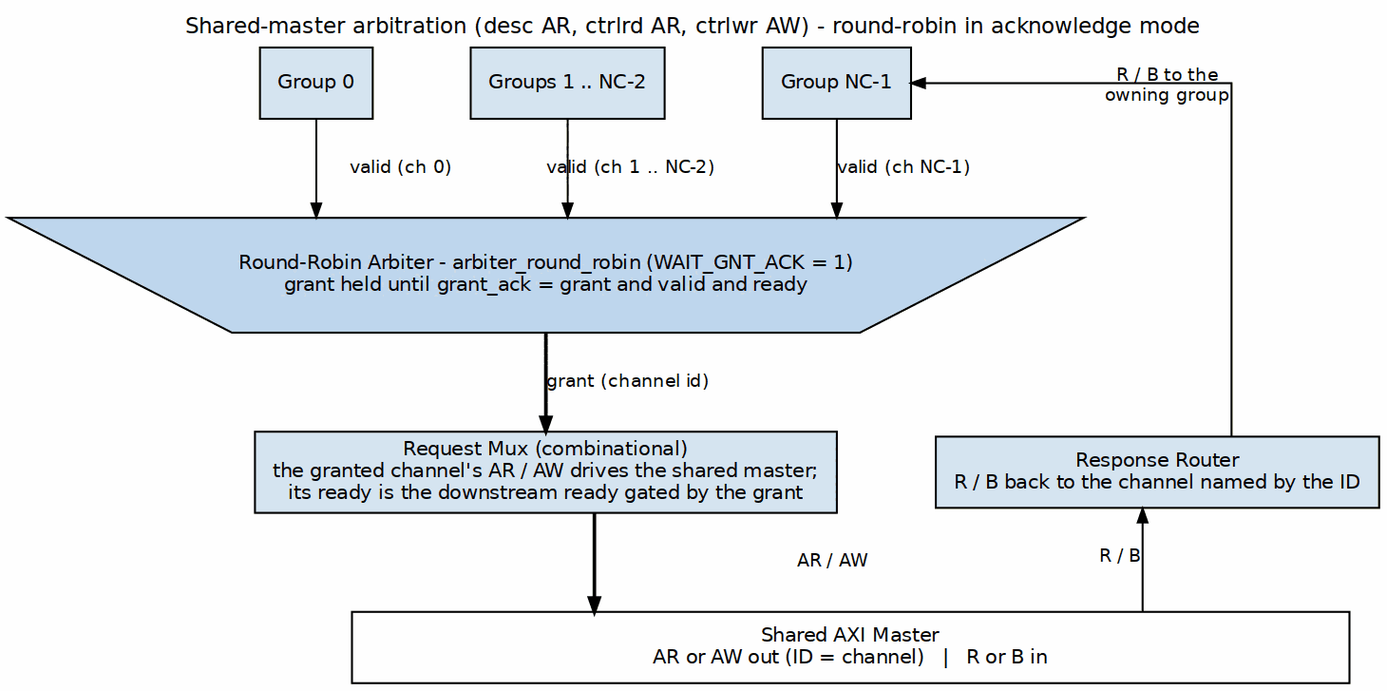
Earlier version of the Graphviz export projects/components/dma-ip/rapids/docs/rapids_mas/assets/graphviz/11_shared_master_arbitration.png (sean-galloway/RTLDesignSherpa). Its source is kept beside it as projects/components/dma-ip/rapids/docs/rapids_mas/assets/graphviz/11_shared_master_arbitration.dot.
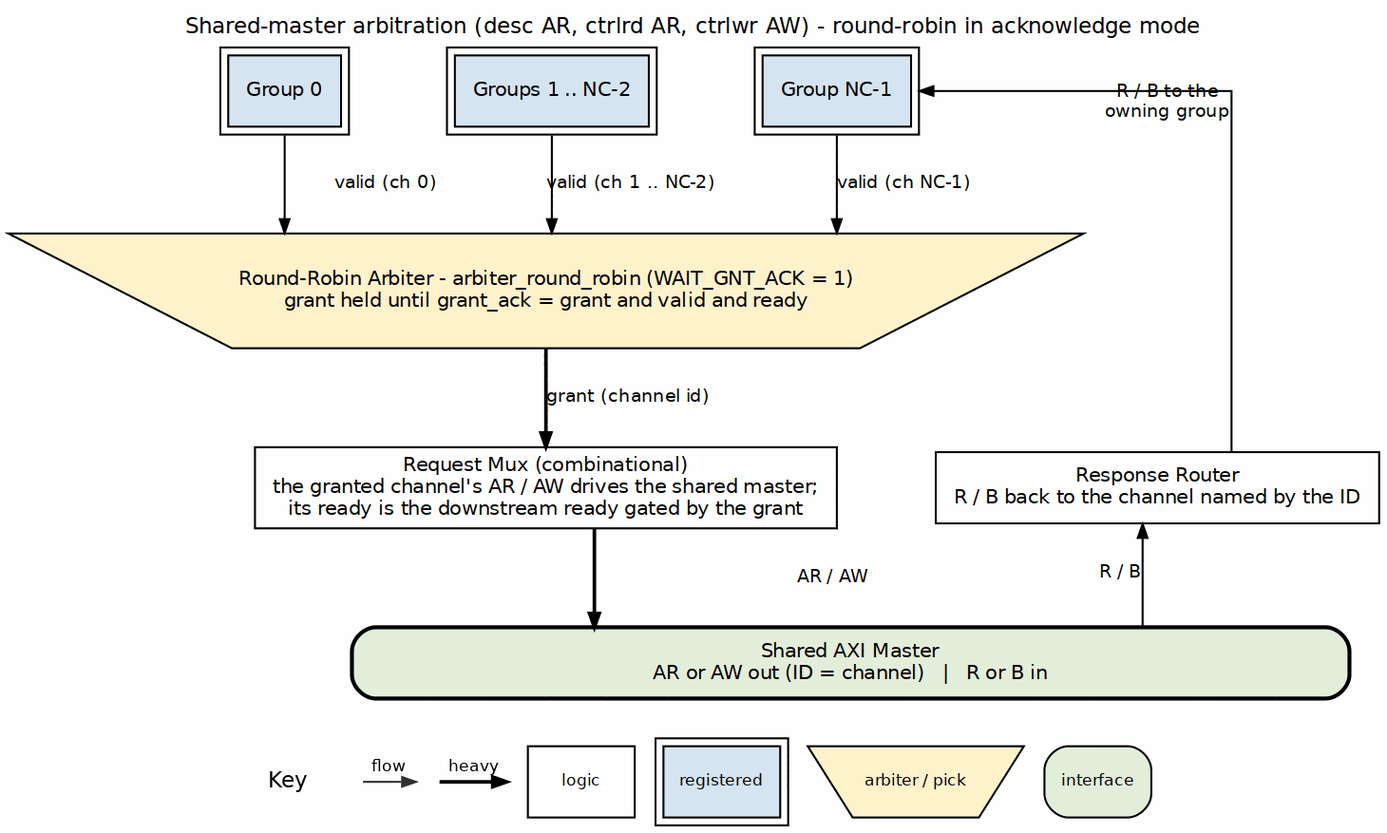
After the change.

Diff of the diagram source:
```diff
@@ -4,14 +4,14 @@
            label="Shared-master arbitration (desc AR, ctrlrd AR, ctrlwr AW) - round-robin in acknowledge mode",
            labelloc=t, labeljust=c];
     node  [fontname="Helvetica", fontsize=10, shape=box, style=filled,
-           fillcolor="#D6E4F0", color="black", margin="0.12,0.06"];
+           fillcolor="white", color="black", margin="0.12,0.06"];
     edge  [fontname="Helvetica", fontsize=9, color="black", arrowsize=0.7];
 
-    g0 [label="Group 0"]; g1 [label="Groups 1 .. NC-2"]; gn [label="Group NC-1"];
-    arb [label="Round-Robin Arbiter - arbiter_round_robin (WAIT_GNT_ACK = 1)\ngrant held until grant_ack = grant and valid and ready", shape=invtrapezium, width=7.0, height=0.8, fillcolor="#BFD7EE"];
-    mux [label="Request Mux (combinational)\nthe granted channel's AR / AW drives the shared master;\nits ready is the downstream ready gated by the grant"];
-    rsp [label="Response Router\nR / B back to the channel named by the ID", group=R];
-    bar [label="Shared AXI Master\nAR or AW out (ID = channel)   |   R or B in", fillcolor="white", width=7.0];
+    g0 [label="Group 0", peripheries=2, style="filled", fillcolor="#D6E4F0"]; g1 [label="Groups 1 .. NC-2", peripheries=2, style="filled", fillcolor="#D6E4F0"]; gn [label="Group NC-1", peripheries=2, style="filled", fillcolor="#D6E4F0"];
+    arb [label="Round-Robin Arbiter - arbiter_round_robin (WAIT_GNT_ACK = 1)\ngrant held until grant_ack = grant and valid and ready", shape=invtrapezium, width=7.0, height=0.8, fillcolor="#BFD7EE", style="filled", fillcolor="#FFF2CC"];
+    mux [label="Request Mux (combinational)\nthe granted channel's AR / AW drives the shared master;\nits ready is the downstream ready gated by the grant", style="filled", fillcolor="white"];
+    rsp [label="Response Router\nR / B back to the channel named by the ID", group=R, style="filled", fillcolor="white"];
+    bar [label="Shared AXI Master\nAR or AW out (ID = channel)   |   R or B in", fillcolor="white", width=7.0, style="rounded,filled,bold", fillcolor="#E2EFDA"];
 
     g0 -> arb [label="valid (ch 0)"];
     g1 -> arb [label="valid (ch 1 .. NC-2)"];
```
